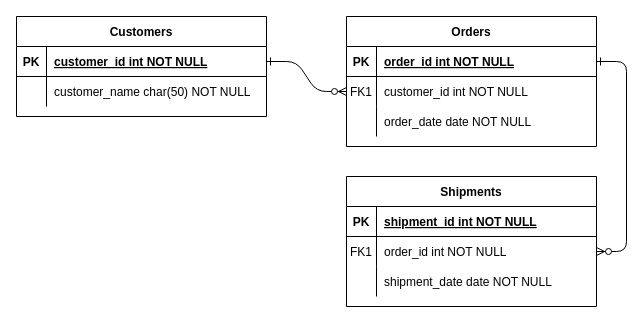
JacksonDA/note keeps this draw.io diagram as classPicture/未命名绘图.drawio. Above is the earlier version. Source tidied: cells renumbered, new cells numbered last; positions are measured from the earlier drawing's top-left corner, leaving out a move shared by most shapes. Both pictures are drawn from the tidied source at 100%, with x=0, y=0 at pixel (16, 16).
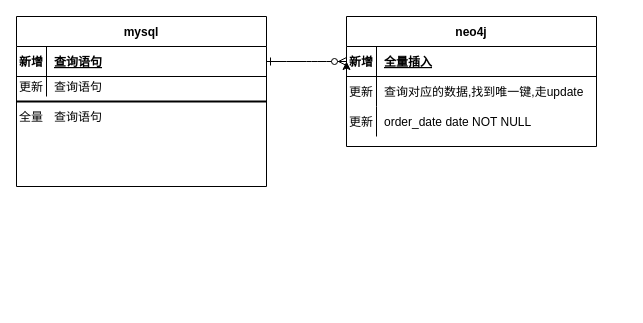
The same diagram, later.

The change refers to these unchanged cells:
```xml
<mxCell id="5" style="shape=partialRectangle;fillColor=none;points=[[0,0.5],[1,0.5]];portConstraint=eastwest;top=0;left=0;right=0;bottom=1;" parent="4" vertex="1">
  <mxGeometry y="30" width="250" height="30" as="geometry" />
</mxCell>
<mxCell id="8" style="shape=partialRectangle;fillColor=none;points=[[0,0.5],[1,0.5]];portConstraint=eastwest;top=0;left=0;right=0;bottom=0;" parent="4" vertex="1">
  <mxGeometry y="60" width="250" height="30" as="geometry" />
</mxCell>
<mxCell id="25" style="shape=partialRectangle;fillColor=none;points=[[0,0.5],[1,0.5]];portConstraint=eastwest;top=0;left=0;right=0;bottom=1;" parent="24" vertex="1">
  <mxGeometry y="30" width="250" height="30" as="geometry" />
</mxCell>
```

Diff of the diagram source:
```diff
@@
-    <mxCell id="2" style="edgeStyle=entityRelationEdgeStyle;endArrow=ERzeroToMany;startArrow=ERone;endFill=1;startFill=0;" parent="1" edge="1" source="25" target="8">
+    <mxCell id="2" style="edgeStyle=entityRelationEdgeStyle;endArrow=ERzeroToMany;startArrow=ERone;endFill=1;startFill=0;entryX=0;entryY=0.5;entryDx=0;entryDy=0;" parent="1" edge="1" source="25" target="5">
       <mxGeometry relative="1" as="geometry" />
     </mxCell>
-    <mxCell id="3" style="edgeStyle=entityRelationEdgeStyle;endArrow=ERzeroToMany;startArrow=ERone;endFill=1;startFill=0;" parent="1" edge="1" source="5" target="18">
-      <mxGeometry relative="1" as="geometry" />
-    </mxCell>
-    <mxCell id="4" value="Orders" style="shape=table;startSize=30;childLayout=tableLayout;rowLines=0;fontStyle=1;align=center;" parent="1" vertex="1">
+    <mxCell id="4" value="neo4j" style="shape=table;startSize=30;childLayout=tableLayout;rowLines=0;fontStyle=1;align=center;" parent="1" vertex="1">
       <mxGeometry x="330" width="250" height="130" as="geometry" />
     </mxCell>
@@
-    <mxCell id="6" value="PK" style="shape=partialRectangle;overflow=hidden;fillColor=none;top=0;left=0;bottom=0;right=0;fontStyle=1;" parent="5" vertex="1">
+    <mxCell id="6" value="新增" style="shape=partialRectangle;overflow=hidden;fillColor=none;top=0;left=0;bottom=0;right=0;fontStyle=1;" parent="5" vertex="1">
       <mxGeometry width="30" height="30" as="geometry" />
     </mxCell>
-    <mxCell id="7" value="order_id int NOT NULL " style="shape=partialRectangle;overflow=hidden;fillColor=none;top=0;left=0;bottom=0;right=0;align=left;spacingLeft=6;fontStyle=5;" parent="5" vertex="1">
+    <mxCell id="7" value="全量插入" style="shape=partialRectangle;overflow=hidden;fillColor=none;top=0;left=0;bottom=0;right=0;align=left;spacingLeft=6;fontStyle=5;" parent="5" vertex="1">
       <mxGeometry x="30" width="220" height="30" as="geometry" />
     </mxCell>
+    <mxCell id="31" style="edgeStyle=orthogonalEdgeStyle;rounded=0;jettySize=auto;html=1;exitX=0;exitY=0.5;exitDx=0;exitDy=0;entryX=0;entryY=0.5;entryDx=0;entryDy=0;" parent="4" edge="1" source="8" target="5">
+      <mxGeometry relative="1" as="geometry" />
+    </mxCell>
@@
-    <mxCell id="9" value="FK1" style="shape=partialRectangle;overflow=hidden;fillColor=none;top=0;left=0;bottom=0;right=0;" parent="8" vertex="1">
+    <mxCell id="9" value="更新" style="shape=partialRectangle;overflow=hidden;fillColor=none;top=0;left=0;bottom=0;right=0;" parent="8" vertex="1">
       <mxGeometry width="30" height="30" as="geometry" />
     </mxCell>
-    <mxCell id="10" value="customer_id int NOT NULL" style="shape=partialRectangle;overflow=hidden;fillColor=none;top=0;left=0;bottom=0;right=0;align=left;spacingLeft=6;" parent="8" vertex="1">
+    <mxCell id="10" value="查询对应的数据,找到唯一键,走update" style="shape=partialRectangle;overflow=hidden;fillColor=none;top=0;left=0;bottom=0;right=0;align=left;spacingLeft=6;" parent="8" vertex="1">
       <mxGeometry x="30" width="220" height="30" as="geometry" />
     </mxCell>
@@
-    <mxCell id="14" value="Shipments" style="shape=table;startSize=30;childLayout=tableLayout;rowLines=0;fontStyle=1;align=center;" parent="1" vertex="1">
-      <mxGeometry x="330" y="160" width="250" height="130" as="geometry" />
-    </mxCell>
-    <mxCell id="15" style="shape=partialRectangle;fillColor=none;top=0;left=0;right=0;bottom=1;" parent="14" vertex="1">
-      <mxGeometry y="30" width="250" height="30" as="geometry" />
-    </mxCell>
-    <mxCell id="16" value="PK" style="shape=partialRectangle;overflow=hidden;fillColor=none;top=0;left=0;bottom=0;right=0;fontStyle=1;" parent="15" vertex="1">
-      <mxGeometry width="30" height="30" as="geometry" />
-    </mxCell>
-    <mxCell id="17" value="shipment_id int NOT NULL " style="shape=partialRectangle;overflow=hidden;fillColor=none;top=0;left=0;bottom=0;right=0;align=left;spacingLeft=6;fontStyle=5;" parent="15" vertex="1">
-      <mxGeometry x="30" width="220" height="30" as="geometry" />
-    </mxCell>
-    <mxCell id="18" style="shape=partialRectangle;fillColor=none;points=[[0,0.5],[1,0.5]];portConstraint=eastwest;top=0;left=0;right=0;bottom=0;" parent="14" vertex="1">
-      <mxGeometry y="60" width="250" height="30" as="geometry" />
-    </mxCell>
-    <mxCell id="19" value="FK1" style="shape=partialRectangle;overflow=hidden;fillColor=none;top=0;left=0;bottom=0;right=0;" parent="18" vertex="1">
-      <mxGeometry width="30" height="30" as="geometry" />
-    </mxCell>
-    <mxCell id="20" value="order_id int NOT NULL" style="shape=partialRectangle;overflow=hidden;fillColor=none;top=0;left=0;bottom=0;right=0;align=left;spacingLeft=6;" parent="18" vertex="1">
-      <mxGeometry x="30" width="220" height="30" as="geometry" />
-    </mxCell>
-    <mxCell id="21" style="shape=partialRectangle;fillColor=none;top=0;left=0;right=0;bottom=0;" parent="14" vertex="1">
-      <mxGeometry y="90" width="250" height="30" as="geometry" />
-    </mxCell>
-    <mxCell id="22" style="shape=partialRectangle;overflow=hidden;fillColor=none;top=0;left=0;bottom=0;right=0;" parent="21" vertex="1">
-      <mxGeometry width="30" height="30" as="geometry" />
-    </mxCell>
-    <mxCell id="23" value="shipment_date date NOT NULL" style="shape=partialRectangle;overflow=hidden;fillColor=none;top=0;left=0;bottom=0;right=0;align=left;spacingLeft=6;" parent="21" vertex="1">
-      <mxGeometry x="30" width="220" height="30" as="geometry" />
-    </mxCell>
-    <mxCell id="24" value="Customers" style="shape=table;startSize=30;childLayout=tableLayout;rowLines=0;fontStyle=1;align=center;" parent="1" vertex="1">
-      <mxGeometry width="250" height="100" as="geometry" />
+    <mxCell id="24" value="mysql" style="shape=table;startSize=30;childLayout=tableLayout;rowLines=0;fontStyle=1;align=center;" parent="1" vertex="1">
+      <mxGeometry width="250" height="170" as="geometry" />
     </mxCell>
@@
-    <mxCell id="26" value="PK" style="shape=partialRectangle;overflow=hidden;fillColor=none;top=0;left=0;bottom=0;right=0;fontStyle=1;" parent="25" vertex="1">
+    <mxCell id="26" value="新增" style="shape=partialRectangle;overflow=hidden;fillColor=none;top=0;left=0;bottom=0;right=0;fontStyle=1;" parent="25" vertex="1">
       <mxGeometry width="30" height="30" as="geometry" />
     </mxCell>
-    <mxCell id="27" value="customer_id int NOT NULL " style="shape=partialRectangle;overflow=hidden;fillColor=none;top=0;left=0;bottom=0;right=0;align=left;spacingLeft=6;fontStyle=5;" parent="25" vertex="1">
+    <mxCell id="27" value="查询语句" style="shape=partialRectangle;overflow=hidden;fillColor=none;top=0;left=0;bottom=0;right=0;align=left;spacingLeft=6;fontStyle=5;" parent="25" vertex="1">
       <mxGeometry x="30" width="220" height="30" as="geometry" />
     </mxCell>
     <mxCell id="28" style="shape=partialRectangle;fillColor=none;top=0;left=0;right=0;bottom=0;" parent="24" vertex="1">
-      <mxGeometry y="60" width="250" height="30" as="geometry" />
+      <mxGeometry y="60" width="250" height="20" as="geometry" />
     </mxCell>
-    <mxCell id="29" style="shape=partialRectangle;overflow=hidden;fillColor=none;top=0;left=0;bottom=0;right=0;" parent="28" vertex="1">
-      <mxGeometry width="30" height="30" as="geometry" />
+    <mxCell id="29" value="更新" style="shape=partialRectangle;overflow=hidden;fillColor=none;top=0;left=0;bottom=0;right=0;" parent="28" vertex="1">
+      <mxGeometry width="30" height="20" as="geometry" />
     </mxCell>
-    <mxCell id="30" value="customer_name char(50) NOT NULL" style="shape=partialRectangle;overflow=hidden;fillColor=none;top=0;left=0;bottom=0;right=0;align=left;spacingLeft=6;" parent="28" vertex="1">
-      <mxGeometry x="30" width="220" height="30" as="geometry" />
+    <mxCell id="30" value="查询语句" style="shape=partialRectangle;overflow=hidden;fillColor=none;top=0;left=0;bottom=0;right=0;align=left;spacingLeft=6;" parent="28" vertex="1">
+      <mxGeometry x="30" width="220" height="20" as="geometry" />
     </mxCell>
+    <mxCell id="32" value="全量" style="shape=partialRectangle;overflow=hidden;fillColor=none;top=0;left=0;bottom=0;right=0;" parent="1" vertex="1">
+      <mxGeometry y="90" width="30" height="20" as="geometry" />
+    </mxCell>
+    <mxCell id="33" value="查询语句" style="shape=partialRectangle;overflow=hidden;fillColor=none;top=0;left=0;bottom=0;right=0;align=left;spacingLeft=6;shadow=0;strokeColor=default;" parent="1" vertex="1">
+      <mxGeometry x="30" y="90" width="220" height="20" as="geometry" />
+    </mxCell>
+    <mxCell id="34" value="更新" style="shape=partialRectangle;overflow=hidden;fillColor=none;top=0;left=0;bottom=0;right=0;" parent="1" vertex="1">
+      <mxGeometry x="330" y="90" width="30" height="30" as="geometry" />
+    </mxCell>
+    <mxCell id="35" style="line;strokeWidth=2;html=1;shadow=0;strokeColor=default;fillColor=none;" parent="1" vertex="1">
+      <mxGeometry y="80" width="250" height="10" as="geometry" />
+    </mxCell>
```
